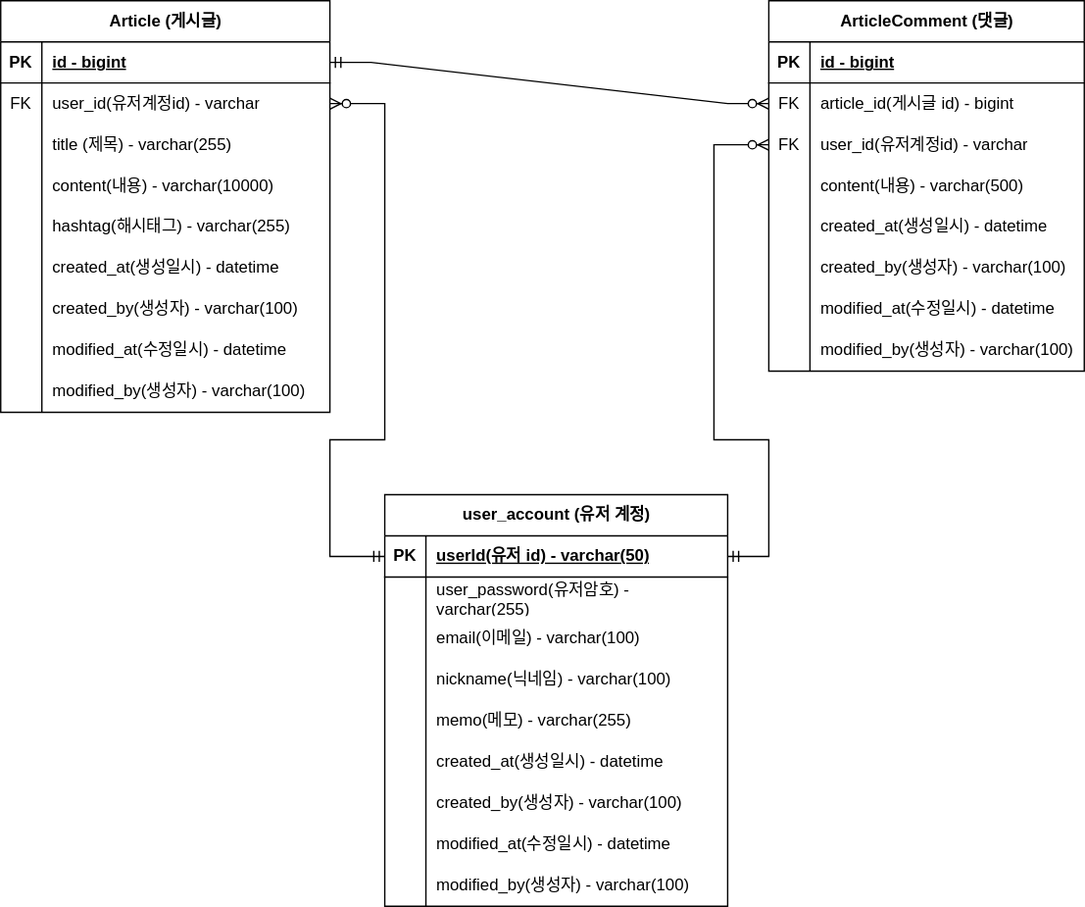
This is document/erd.svg from hingjae/board-project, a draw.io export, as it was before one commit. Source tidied: cells renumbered, new cells last; positions are measured from the earlier drawing's top-left corner, leaving out a move shared by most shapes.
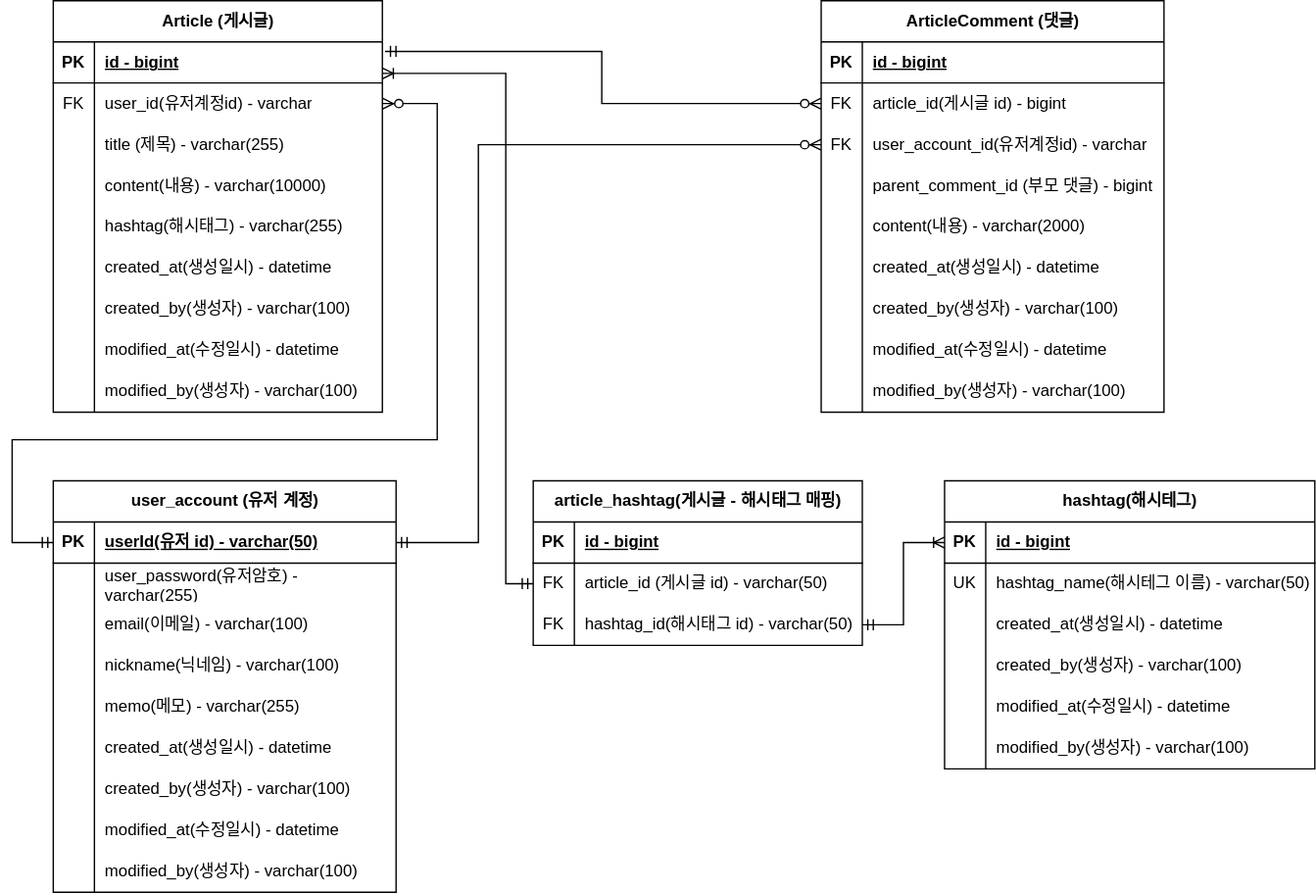
Later version of the same file.

What changed in the source:
```diff
@@ -87,85 +87,94 @@
       <mxGeometry x="30" width="210" height="30" as="geometry" />
     </mxCell>
     <mxCell id="30" value="ArticleComment (댓글)" style="shape=table;startSize=30;rowLines=0;fontStyle=1;align=center;html=1;" parent="1" vertex="1">
-      <mxGeometry x="560" width="230" height="270" as="geometry" />
+      <mxGeometry x="560" width="250" height="300" as="geometry" />
     </mxCell>
     <mxCell id="31" style="shape=tableRow;horizontal=0;startSize=0;swimlaneHead=0;swimlaneBody=0;fillColor=none;top=0;left=0;right=0;bottom=1;" parent="30" vertex="1">
-      <mxGeometry y="30" width="230" height="30" as="geometry" />
+      <mxGeometry y="30" width="250" height="30" as="geometry" />
     </mxCell>
     <mxCell id="32" value="PK" style="shape=partialRectangle;fillColor=none;top=0;left=0;bottom=0;right=0;fontStyle=1;overflow=hidden;whiteSpace=wrap;html=1;" parent="31" vertex="1">
       <mxGeometry width="30" height="30" as="geometry" />
     </mxCell>
     <mxCell id="33" value="id - bigint" style="shape=partialRectangle;fillColor=none;top=0;left=0;bottom=0;right=0;align=left;spacingLeft=6;fontStyle=5;overflow=hidden;whiteSpace=wrap;html=1;" parent="31" vertex="1">
-      <mxGeometry x="30" width="200" height="30" as="geometry" />
+      <mxGeometry x="30" width="220" height="30" as="geometry" />
     </mxCell>
     <mxCell id="34" style="shape=tableRow;horizontal=0;startSize=0;swimlaneHead=0;swimlaneBody=0;fillColor=none;points=[[0,0.5],[1,0.5]];portConstraint=eastwest;top=0;left=0;right=0;bottom=0;" parent="30" vertex="1">
-      <mxGeometry y="60" width="230" height="30" as="geometry" />
+      <mxGeometry y="60" width="250" height="30" as="geometry" />
     </mxCell>
     <mxCell id="35" value="FK" style="shape=partialRectangle;fillColor=none;top=0;left=0;bottom=0;right=0;overflow=hidden;whiteSpace=wrap;html=1;" parent="34" vertex="1">
       <mxGeometry width="30" height="30" as="geometry" />
     </mxCell>
     <mxCell id="36" value="article_id(게시글 id) - bigint" style="shape=partialRectangle;fillColor=none;top=0;left=0;bottom=0;right=0;align=left;spacingLeft=6;overflow=hidden;whiteSpace=wrap;html=1;" parent="34" vertex="1">
-      <mxGeometry x="30" width="200" height="30" as="geometry" />
+      <mxGeometry x="30" width="220" height="30" as="geometry" />
     </mxCell>
     <mxCell id="37" style="shape=tableRow;horizontal=0;startSize=0;swimlaneHead=0;swimlaneBody=0;fillColor=none;points=[[0,0.5],[1,0.5]];portConstraint=eastwest;top=0;left=0;right=0;bottom=0;" parent="30" vertex="1">
-      <mxGeometry y="90" width="230" height="30" as="geometry" />
+      <mxGeometry y="90" width="250" height="30" as="geometry" />
     </mxCell>
     <mxCell id="38" value="FK" style="shape=partialRectangle;fillColor=none;top=0;left=0;bottom=0;right=0;overflow=hidden;whiteSpace=wrap;html=1;" parent="37" vertex="1">
       <mxGeometry width="30" height="30" as="geometry" />
     </mxCell>
-    <mxCell id="39" value="user_id(유저계정id) - varchar" style="shape=partialRectangle;fillColor=none;top=0;left=0;bottom=0;right=0;align=left;spacingLeft=6;overflow=hidden;whiteSpace=wrap;html=1;" parent="37" vertex="1">
-      <mxGeometry x="30" width="200" height="30" as="geometry" />
+    <mxCell id="39" value="user_account_id(유저계정id) - varchar" style="shape=partialRectangle;fillColor=none;top=0;left=0;bottom=0;right=0;align=left;spacingLeft=6;overflow=hidden;whiteSpace=wrap;html=1;" parent="37" vertex="1">
+      <mxGeometry x="30" width="220" height="30" as="geometry" />
     </mxCell>
+    <mxCell id="86" style="shape=tableRow;horizontal=0;startSize=0;swimlaneHead=0;swimlaneBody=0;fillColor=none;top=0;left=0;right=0;bottom=0;" parent="30" vertex="1">
+      <mxGeometry y="120" width="250" height="30" as="geometry" />
+    </mxCell>
+    <mxCell id="87" style="shape=partialRectangle;fillColor=none;top=0;left=0;bottom=0;right=0;overflow=hidden;whiteSpace=wrap;html=1;" parent="86" vertex="1">
+      <mxGeometry width="30" height="30" as="geometry" />
+    </mxCell>
+    <mxCell id="88" value="parent_comment_id (부모 댓글) - bigint" style="shape=partialRectangle;fillColor=none;top=0;left=0;bottom=0;right=0;align=left;spacingLeft=6;overflow=hidden;whiteSpace=wrap;html=1;" parent="86" vertex="1">
+      <mxGeometry x="30" width="220" height="30" as="geometry" />
+    </mxCell>
     <mxCell id="40" style="shape=tableRow;horizontal=0;startSize=0;swimlaneHead=0;swimlaneBody=0;fillColor=none;top=0;left=0;right=0;bottom=0;" parent="30" vertex="1">
-      <mxGeometry y="120" width="230" height="30" as="geometry" />
+      <mxGeometry y="150" width="250" height="30" as="geometry" />
     </mxCell>
     <mxCell id="41" style="shape=partialRectangle;fillColor=none;top=0;left=0;bottom=0;right=0;overflow=hidden;whiteSpace=wrap;html=1;" parent="40" vertex="1">
       <mxGeometry width="30" height="30" as="geometry" />
     </mxCell>
-    <mxCell id="42" value="content(내용) - varchar(500)" style="shape=partialRectangle;fillColor=none;top=0;left=0;bottom=0;right=0;align=left;spacingLeft=6;overflow=hidden;whiteSpace=wrap;html=1;" parent="40" vertex="1">
-      <mxGeometry x="30" width="200" height="30" as="geometry" />
+    <mxCell id="42" value="content(내용) - varchar(2000)" style="shape=partialRectangle;fillColor=none;top=0;left=0;bottom=0;right=0;align=left;spacingLeft=6;overflow=hidden;whiteSpace=wrap;html=1;" parent="40" vertex="1">
+      <mxGeometry x="30" width="220" height="30" as="geometry" />
     </mxCell>
     <mxCell id="43" style="shape=tableRow;horizontal=0;startSize=0;swimlaneHead=0;swimlaneBody=0;fillColor=none;top=0;left=0;right=0;bottom=0;" parent="30" vertex="1">
-      <mxGeometry y="150" width="230" height="30" as="geometry" />
+      <mxGeometry y="180" width="250" height="30" as="geometry" />
     </mxCell>
     <mxCell id="44" style="shape=partialRectangle;fillColor=none;top=0;left=0;bottom=0;right=0;overflow=hidden;whiteSpace=wrap;html=1;" parent="43" vertex="1">
       <mxGeometry width="30" height="30" as="geometry" />
     </mxCell>
     <mxCell id="45" value="created_at(생성일시) - datetime" style="shape=partialRectangle;fillColor=none;top=0;left=0;bottom=0;right=0;align=left;spacingLeft=6;overflow=hidden;whiteSpace=wrap;html=1;" parent="43" vertex="1">
-      <mxGeometry x="30" width="200" height="30" as="geometry" />
+      <mxGeometry x="30" width="220" height="30" as="geometry" />
     </mxCell>
     <mxCell id="46" style="shape=tableRow;horizontal=0;startSize=0;swimlaneHead=0;swimlaneBody=0;fillColor=none;top=0;left=0;right=0;bottom=0;" parent="30" vertex="1">
-      <mxGeometry y="180" width="230" height="30" as="geometry" />
+      <mxGeometry y="210" width="250" height="30" as="geometry" />
     </mxCell>
     <mxCell id="47" style="shape=partialRectangle;fillColor=none;top=0;left=0;bottom=0;right=0;overflow=hidden;whiteSpace=wrap;html=1;" parent="46" vertex="1">
       <mxGeometry width="30" height="30" as="geometry" />
     </mxCell>
     <mxCell id="48" value="created_by(생성자) - varchar(100)" style="shape=partialRectangle;fillColor=none;top=0;left=0;bottom=0;right=0;align=left;spacingLeft=6;overflow=hidden;whiteSpace=wrap;html=1;" parent="46" vertex="1">
-      <mxGeometry x="30" width="200" height="30" as="geometry" />
+      <mxGeometry x="30" width="220" height="30" as="geometry" />
     </mxCell>
     <mxCell id="49" style="shape=tableRow;horizontal=0;startSize=0;swimlaneHead=0;swimlaneBody=0;fillColor=none;top=0;left=0;right=0;bottom=0;" parent="30" vertex="1">
-      <mxGeometry y="210" width="230" height="30" as="geometry" />
+      <mxGeometry y="240" width="250" height="30" as="geometry" />
     </mxCell>
     <mxCell id="50" style="shape=partialRectangle;fillColor=none;top=0;left=0;bottom=0;right=0;overflow=hidden;whiteSpace=wrap;html=1;" parent="49" vertex="1">
       <mxGeometry width="30" height="30" as="geometry" />
     </mxCell>
     <mxCell id="51" value="modified_at(수정일시) - datetime" style="shape=partialRectangle;fillColor=none;top=0;left=0;bottom=0;right=0;align=left;spacingLeft=6;overflow=hidden;whiteSpace=wrap;html=1;" parent="49" vertex="1">
-      <mxGeometry x="30" width="200" height="30" as="geometry" />
+      <mxGeometry x="30" width="220" height="30" as="geometry" />
     </mxCell>
     <mxCell id="52" style="shape=tableRow;horizontal=0;startSize=0;swimlaneHead=0;swimlaneBody=0;fillColor=none;top=0;left=0;right=0;bottom=0;" parent="30" vertex="1">
-      <mxGeometry y="240" width="230" height="30" as="geometry" />
+      <mxGeometry y="270" width="250" height="30" as="geometry" />
     </mxCell>
     <mxCell id="53" style="shape=partialRectangle;fillColor=none;top=0;left=0;bottom=0;right=0;overflow=hidden;whiteSpace=wrap;html=1;" parent="52" vertex="1">
       <mxGeometry width="30" height="30" as="geometry" />
     </mxCell>
     <mxCell id="54" value="modified_by(생성자) - varchar(100)" style="shape=partialRectangle;fillColor=none;top=0;left=0;bottom=0;right=0;align=left;spacingLeft=6;overflow=hidden;whiteSpace=wrap;html=1;" parent="52" vertex="1">
-      <mxGeometry x="30" width="200" height="30" as="geometry" />
+      <mxGeometry x="30" width="220" height="30" as="geometry" />
     </mxCell>
-    <mxCell id="55" style="edgeStyle=entityRelationEdgeStyle;fontSize=12;html=1;endArrow=ERzeroToMany;startArrow=ERmandOne;rounded=0;exitX=1;exitY=0.5;exitDx=0;exitDy=0;entryX=0;entryY=0.5;entryDx=0;entryDy=0;" parent="1" edge="1" source="3" target="34">
+    <mxCell id="55" style="edgeStyle=orthogonalEdgeStyle;fontSize=12;html=1;endArrow=ERzeroToMany;startArrow=ERmandOne;rounded=0;exitX=1.008;exitY=0.233;exitDx=0;exitDy=0;entryX=0;entryY=0.5;entryDx=0;entryDy=0;exitPerimeter=0;" parent="1" edge="1" source="3" target="34">
       <mxGeometry relative="1" as="geometry" />
     </mxCell>
     <mxCell id="56" value="&lt;div style=&quot;&quot;&gt;&lt;span style=&quot;background-color: initial;&quot;&gt;user_account (유저 계정)&lt;/span&gt;&lt;/div&gt;" style="shape=table;startSize=30;rowLines=0;fontStyle=1;align=center;html=1;" parent="1" vertex="1">
-      <mxGeometry x="280" y="360" width="250" height="300" as="geometry" />
+      <mxGeometry y="350" width="250" height="300" as="geometry" />
     </mxCell>
     <mxCell id="57" style="shape=tableRow;horizontal=0;startSize=0;swimlaneHead=0;swimlaneBody=0;fillColor=none;points=[[0,0.5],[1,0.5]];portConstraint=eastwest;top=0;left=0;right=0;bottom=1;" parent="56" vertex="1">
       <mxGeometry y="30" width="250" height="30" as="geometry" />
@@ -251,8 +260,8 @@
     <mxCell id="84" style="edgeStyle=orthogonalEdgeStyle;fontSize=12;html=1;endArrow=ERzeroToMany;startArrow=ERmandOne;rounded=0;entryX=1;entryY=0.5;entryDx=0;entryDy=0;exitX=0;exitY=0.5;exitDx=0;exitDy=0;" parent="1" edge="1" source="57" target="6">
       <mxGeometry relative="1" as="geometry">
         <Array as="points">
-          <mxPoint x="240" y="405" />
-          <mxPoint x="240" y="320" />
+          <mxPoint x="-30" y="395" />
+          <mxPoint x="-30" y="320" />
           <mxPoint x="280" y="320" />
           <mxPoint x="280" y="75" />
         </Array>
@@ -261,12 +270,108 @@
     <mxCell id="85" style="edgeStyle=orthogonalEdgeStyle;fontSize=12;html=1;endArrow=ERzeroToMany;startArrow=ERmandOne;rounded=0;entryX=0;entryY=0.5;entryDx=0;entryDy=0;exitX=1;exitY=0.5;exitDx=0;exitDy=0;" parent="1" edge="1" source="57" target="37">
       <mxGeometry relative="1" as="geometry">
         <Array as="points">
-          <mxPoint x="560" y="405" />
-          <mxPoint x="560" y="320" />
-          <mxPoint x="520" y="320" />
-          <mxPoint x="520" y="105" />
+          <mxPoint x="310" y="395" />
+          <mxPoint x="310" y="105" />
         </Array>
       </mxGeometry>
     </mxCell>
+    <mxCell id="89" value="article_hashtag(게시글 - 해시태그 매핑)" style="shape=table;startSize=30;rowLines=0;fontStyle=1;align=center;html=1;" parent="1" vertex="1">
+      <mxGeometry x="350" y="350" width="240" height="120" as="geometry" />
+    </mxCell>
+    <mxCell id="90" style="shape=tableRow;horizontal=0;startSize=0;swimlaneHead=0;swimlaneBody=0;fillColor=none;top=0;left=0;right=0;bottom=1;" parent="89" vertex="1">
+      <mxGeometry y="30" width="240" height="30" as="geometry" />
+    </mxCell>
+    <mxCell id="91" value="PK" style="shape=partialRectangle;fillColor=none;top=0;left=0;bottom=0;right=0;fontStyle=1;overflow=hidden;whiteSpace=wrap;html=1;" parent="90" vertex="1">
+      <mxGeometry width="30" height="30" as="geometry" />
+    </mxCell>
+    <mxCell id="92" value="id - bigint" style="shape=partialRectangle;fillColor=none;top=0;left=0;bottom=0;right=0;align=left;spacingLeft=6;fontStyle=5;overflow=hidden;whiteSpace=wrap;html=1;" parent="90" vertex="1">
+      <mxGeometry x="30" width="210" height="30" as="geometry" />
+    </mxCell>
+    <mxCell id="93" style="shape=tableRow;horizontal=0;startSize=0;swimlaneHead=0;swimlaneBody=0;fillColor=none;points=[[0,0.5],[1,0.5]];portConstraint=eastwest;top=0;left=0;right=0;bottom=0;" parent="89" vertex="1">
+      <mxGeometry y="60" width="240" height="30" as="geometry" />
+    </mxCell>
+    <mxCell id="94" value="FK" style="shape=partialRectangle;fillColor=none;top=0;left=0;bottom=0;right=0;overflow=hidden;whiteSpace=wrap;html=1;" parent="93" vertex="1">
+      <mxGeometry width="30" height="30" as="geometry" />
+    </mxCell>
+    <mxCell id="95" value="article_id (게시글 id) - varchar(50)" style="shape=partialRectangle;fillColor=none;top=0;left=0;bottom=0;right=0;align=left;spacingLeft=6;overflow=hidden;whiteSpace=wrap;html=1;" parent="93" vertex="1">
+      <mxGeometry x="30" width="210" height="30" as="geometry" />
+    </mxCell>
+    <mxCell id="96" style="shape=tableRow;horizontal=0;startSize=0;swimlaneHead=0;swimlaneBody=0;fillColor=none;points=[[0,0.5],[1,0.5]];portConstraint=eastwest;top=0;left=0;right=0;bottom=0;" parent="89" vertex="1">
+      <mxGeometry y="90" width="240" height="30" as="geometry" />
+    </mxCell>
+    <mxCell id="97" value="FK" style="shape=partialRectangle;fillColor=none;top=0;left=0;bottom=0;right=0;overflow=hidden;whiteSpace=wrap;html=1;" parent="96" vertex="1">
+      <mxGeometry width="30" height="30" as="geometry" />
+    </mxCell>
+    <mxCell id="98" value="hashtag_id(해시태그 id) - varchar(50)" style="shape=partialRectangle;fillColor=none;top=0;left=0;bottom=0;right=0;align=left;spacingLeft=6;overflow=hidden;whiteSpace=wrap;html=1;" parent="96" vertex="1">
+      <mxGeometry x="30" width="210" height="30" as="geometry" />
+    </mxCell>
+    <mxCell id="99" style="edgeStyle=orthogonalEdgeStyle;fontSize=12;html=1;endArrow=ERoneToMany;startArrow=ERmandOne;rounded=0;exitX=0;exitY=0.5;exitDx=0;exitDy=0;entryX=1;entryY=0.767;entryDx=0;entryDy=0;entryPerimeter=0;" parent="1" edge="1" source="93" target="3">
+      <mxGeometry relative="1" as="geometry">
+        <Array as="points">
+          <mxPoint x="330" y="425" />
+          <mxPoint x="330" y="53" />
+        </Array>
+      </mxGeometry>
+    </mxCell>
+    <mxCell id="100" value="hashtag(해시테그)" style="shape=table;startSize=30;rowLines=0;fontStyle=1;align=center;html=1;" parent="1" vertex="1">
+      <mxGeometry x="650" y="350" width="270" height="210" as="geometry" />
+    </mxCell>
+    <mxCell id="101" style="shape=tableRow;horizontal=0;startSize=0;swimlaneHead=0;swimlaneBody=0;fillColor=none;points=[[0,0.5],[1,0.5]];portConstraint=eastwest;top=0;left=0;right=0;bottom=1;" parent="100" vertex="1">
+      <mxGeometry y="30" width="270" height="30" as="geometry" />
+    </mxCell>
+    <mxCell id="102" value="PK" style="shape=partialRectangle;fillColor=none;top=0;left=0;bottom=0;right=0;fontStyle=1;overflow=hidden;whiteSpace=wrap;html=1;" parent="101" vertex="1">
+      <mxGeometry width="30" height="30" as="geometry" />
+    </mxCell>
+    <mxCell id="103" value="id - bigint" style="shape=partialRectangle;fillColor=none;top=0;left=0;bottom=0;right=0;align=left;spacingLeft=6;fontStyle=5;overflow=hidden;whiteSpace=wrap;html=1;" parent="101" vertex="1">
+      <mxGeometry x="30" width="240" height="30" as="geometry" />
+    </mxCell>
+    <mxCell id="104" style="shape=tableRow;horizontal=0;startSize=0;swimlaneHead=0;swimlaneBody=0;fillColor=none;top=0;left=0;right=0;bottom=0;" parent="100" vertex="1">
+      <mxGeometry y="60" width="270" height="30" as="geometry" />
+    </mxCell>
+    <mxCell id="105" value="UK" style="shape=partialRectangle;fillColor=none;top=0;left=0;bottom=0;right=0;overflow=hidden;whiteSpace=wrap;html=1;" parent="104" vertex="1">
+      <mxGeometry width="30" height="30" as="geometry" />
+    </mxCell>
+    <mxCell id="106" value="hashtag_name(해시테그 이름) - varchar(50)" style="shape=partialRectangle;fillColor=none;top=0;left=0;bottom=0;right=0;align=left;spacingLeft=6;overflow=hidden;whiteSpace=wrap;html=1;" parent="104" vertex="1">
+      <mxGeometry x="30" width="240" height="30" as="geometry" />
+    </mxCell>
+    <mxCell id="107" style="shape=tableRow;horizontal=0;startSize=0;swimlaneHead=0;swimlaneBody=0;fillColor=none;top=0;left=0;right=0;bottom=0;" parent="100" vertex="1">
+      <mxGeometry y="90" width="270" height="30" as="geometry" />
+    </mxCell>
+    <mxCell id="108" style="shape=partialRectangle;fillColor=none;top=0;left=0;bottom=0;right=0;overflow=hidden;whiteSpace=wrap;html=1;" parent="107" vertex="1">
+      <mxGeometry width="30" height="30" as="geometry" />
+    </mxCell>
+    <mxCell id="109" value="created_at(생성일시) - datetime" style="shape=partialRectangle;fillColor=none;top=0;left=0;bottom=0;right=0;align=left;spacingLeft=6;overflow=hidden;whiteSpace=wrap;html=1;" parent="107" vertex="1">
+      <mxGeometry x="30" width="240" height="30" as="geometry" />
+    </mxCell>
+    <mxCell id="110" style="shape=tableRow;horizontal=0;startSize=0;swimlaneHead=0;swimlaneBody=0;fillColor=none;top=0;left=0;right=0;bottom=0;" parent="100" vertex="1">
+      <mxGeometry y="120" width="270" height="30" as="geometry" />
+    </mxCell>
+    <mxCell id="111" style="shape=partialRectangle;fillColor=none;top=0;left=0;bottom=0;right=0;overflow=hidden;whiteSpace=wrap;html=1;" parent="110" vertex="1">
+      <mxGeometry width="30" height="30" as="geometry" />
+    </mxCell>
+    <mxCell id="112" value="created_by(생성자) - varchar(100)" style="shape=partialRectangle;fillColor=none;top=0;left=0;bottom=0;right=0;align=left;spacingLeft=6;overflow=hidden;whiteSpace=wrap;html=1;" parent="110" vertex="1">
+      <mxGeometry x="30" width="240" height="30" as="geometry" />
+    </mxCell>
+    <mxCell id="113" style="shape=tableRow;horizontal=0;startSize=0;swimlaneHead=0;swimlaneBody=0;fillColor=none;top=0;left=0;right=0;bottom=0;" parent="100" vertex="1">
+      <mxGeometry y="150" width="270" height="30" as="geometry" />
+    </mxCell>
+    <mxCell id="114" style="shape=partialRectangle;fillColor=none;top=0;left=0;bottom=0;right=0;overflow=hidden;whiteSpace=wrap;html=1;" parent="113" vertex="1">
+      <mxGeometry width="30" height="30" as="geometry" />
+    </mxCell>
+    <mxCell id="115" value="modified_at(수정일시) - datetime" style="shape=partialRectangle;fillColor=none;top=0;left=0;bottom=0;right=0;align=left;spacingLeft=6;overflow=hidden;whiteSpace=wrap;html=1;" parent="113" vertex="1">
+      <mxGeometry x="30" width="240" height="30" as="geometry" />
+    </mxCell>
+    <mxCell id="116" style="shape=tableRow;horizontal=0;startSize=0;swimlaneHead=0;swimlaneBody=0;fillColor=none;top=0;left=0;right=0;bottom=0;" parent="100" vertex="1">
+      <mxGeometry y="180" width="270" height="30" as="geometry" />
+    </mxCell>
+    <mxCell id="117" style="shape=partialRectangle;fillColor=none;top=0;left=0;bottom=0;right=0;overflow=hidden;whiteSpace=wrap;html=1;" parent="116" vertex="1">
+      <mxGeometry width="30" height="30" as="geometry" />
+    </mxCell>
+    <mxCell id="118" value="modified_by(생성자) - varchar(100)" style="shape=partialRectangle;fillColor=none;top=0;left=0;bottom=0;right=0;align=left;spacingLeft=6;overflow=hidden;whiteSpace=wrap;html=1;" parent="116" vertex="1">
+      <mxGeometry x="30" width="240" height="30" as="geometry" />
+    </mxCell>
+    <mxCell id="119" style="edgeStyle=entityRelationEdgeStyle;fontSize=12;html=1;endArrow=ERoneToMany;startArrow=ERmandOne;rounded=0;exitX=1;exitY=0.5;exitDx=0;exitDy=0;entryX=0;entryY=0.5;entryDx=0;entryDy=0;" parent="1" edge="1" source="96" target="101">
+      <mxGeometry relative="1" as="geometry" />
+    </mxCell>
   </root>
 </mxGraphModel>
```
